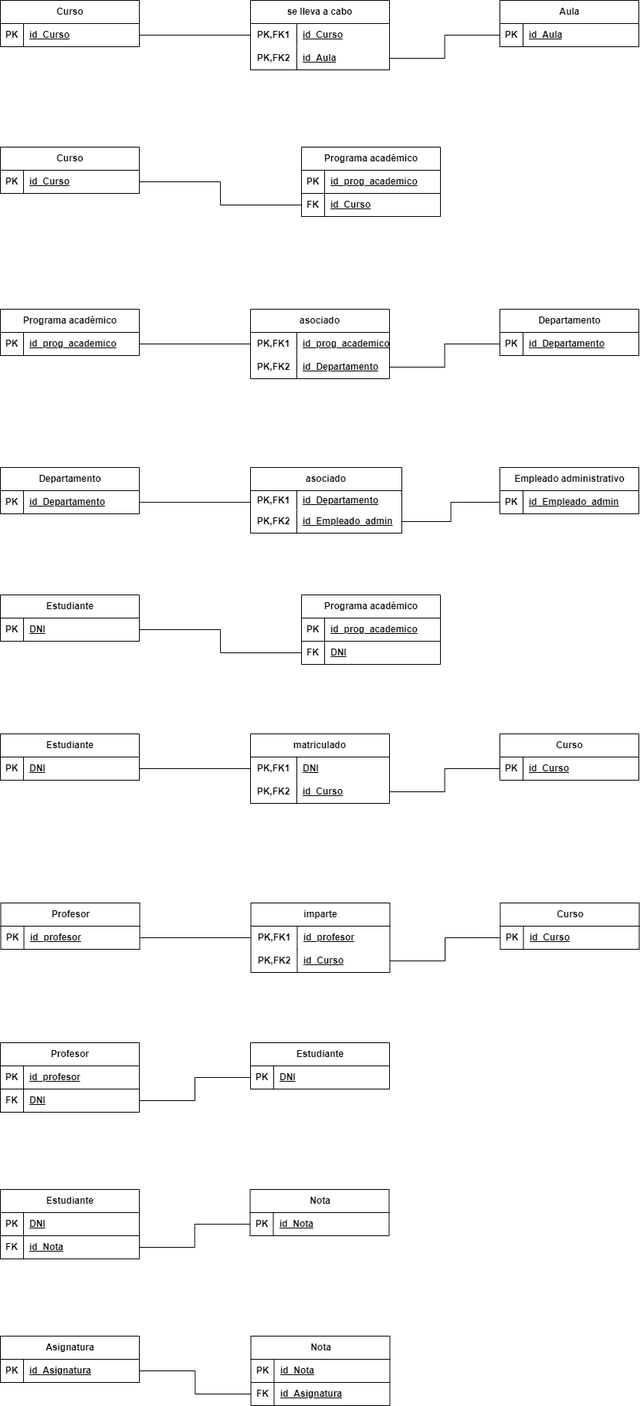
Earlier version of the draw.io export modelo-relacional/modelo-relacional.drawio.png (RafaelMayor/proyectoBBDD). Source tidied: cells renumbered, new cells last; positions are measured from the earlier drawing's top-left corner, leaving out a move shared by most shapes.
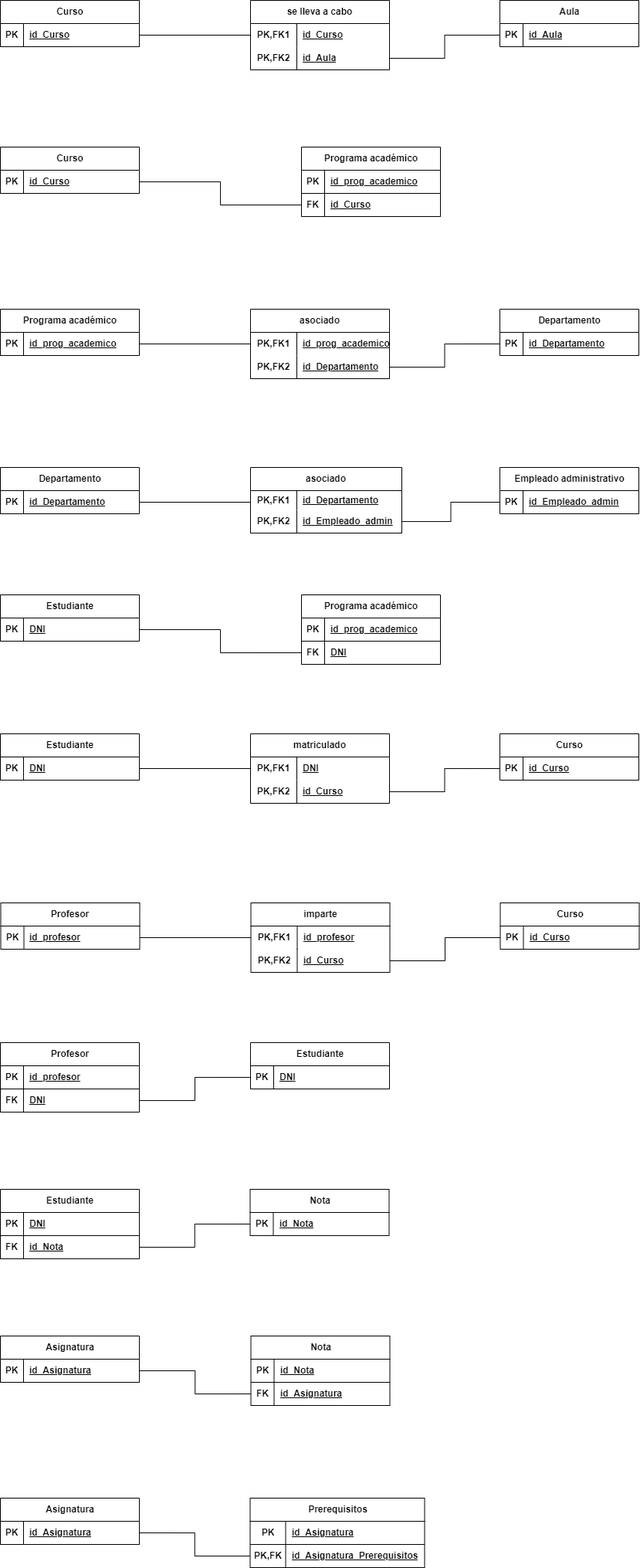
Later version of the same file.

What changed in the source:
```diff
@@ -441,5 +441,41 @@
     <mxCell id="146" style="edgeStyle=orthogonalEdgeStyle;rounded=0;jettySize=auto;html=1;entryX=0;entryY=0.5;entryDx=0;entryDy=0;endArrow=none;endFill=0;" parent="1" edge="1" source="136" target="143">
       <mxGeometry relative="1" as="geometry" />
     </mxCell>
+    <mxCell id="147" value="Asignatura" style="shape=table;startSize=30;rowLines=0;fontStyle=1;align=center;html=1;" parent="1" vertex="1">
+      <mxGeometry y="1940" width="180" height="60" as="geometry" />
+    </mxCell>
+    <mxCell id="148" style="shape=tableRow;horizontal=0;startSize=0;swimlaneHead=0;swimlaneBody=0;fillColor=none;points=[[0,0.5],[1,0.5]];portConstraint=eastwest;top=0;left=0;right=0;bottom=1;" parent="147" vertex="1">
+      <mxGeometry y="30" width="180" height="30" as="geometry" />
+    </mxCell>
+    <mxCell id="149" value="PK" style="shape=partialRectangle;fillColor=none;top=0;left=0;bottom=0;right=0;fontStyle=1;overflow=hidden;whiteSpace=wrap;html=1;" parent="148" vertex="1">
+      <mxGeometry width="30" height="30" as="geometry" />
+    </mxCell>
+    <mxCell id="150" value="id_Asignatura" style="shape=partialRectangle;fillColor=none;top=0;left=0;bottom=0;right=0;align=left;spacingLeft=6;fontStyle=5;overflow=hidden;whiteSpace=wrap;html=1;" parent="148" vertex="1">
+      <mxGeometry x="30" width="150" height="30" as="geometry" />
+    </mxCell>
+    <mxCell id="151" value="Prerequisitos" style="shape=table;startSize=30;rowLines=0;fontStyle=1;align=center;html=1;" parent="1" vertex="1">
+      <mxGeometry x="323.5" y="1940" width="226" height="90" as="geometry" />
+    </mxCell>
+    <mxCell id="152" style="shape=tableRow;horizontal=0;startSize=0;swimlaneHead=0;swimlaneBody=0;fillColor=none;top=0;left=0;right=0;bottom=1;" parent="151" vertex="1">
+      <mxGeometry y="30" width="226" height="30" as="geometry" />
+    </mxCell>
+    <mxCell id="153" value="PK" style="shape=partialRectangle;fillColor=none;top=0;left=0;bottom=0;right=0;fontStyle=1;overflow=hidden;whiteSpace=wrap;html=1;" parent="152" vertex="1">
+      <mxGeometry width="46" height="30" as="geometry" />
+    </mxCell>
+    <mxCell id="154" value="id_Asignatura" style="shape=partialRectangle;fillColor=none;top=0;left=0;bottom=0;right=0;align=left;spacingLeft=6;fontStyle=5;overflow=hidden;whiteSpace=wrap;html=1;" parent="152" vertex="1">
+      <mxGeometry x="46" width="180" height="30" as="geometry" />
+    </mxCell>
+    <mxCell id="155" style="shape=tableRow;horizontal=0;startSize=0;swimlaneHead=0;swimlaneBody=0;fillColor=none;points=[[0,0.5],[1,0.5]];portConstraint=eastwest;top=0;left=0;right=0;bottom=1;" parent="151" vertex="1">
+      <mxGeometry y="60" width="226" height="30" as="geometry" />
+    </mxCell>
+    <mxCell id="156" value="PK,FK" style="shape=partialRectangle;fillColor=none;top=0;left=0;bottom=0;right=0;fontStyle=1;overflow=hidden;whiteSpace=wrap;html=1;" parent="155" vertex="1">
+      <mxGeometry width="46" height="30" as="geometry" />
+    </mxCell>
+    <mxCell id="157" value="id_Asignatura_Prerequisitos" style="shape=partialRectangle;fillColor=none;top=0;left=0;bottom=0;right=0;align=left;spacingLeft=6;fontStyle=5;overflow=hidden;whiteSpace=wrap;html=1;" parent="155" vertex="1">
+      <mxGeometry x="46" width="180" height="30" as="geometry" />
+    </mxCell>
+    <mxCell id="158" style="edgeStyle=orthogonalEdgeStyle;rounded=0;jettySize=auto;html=1;entryX=1;entryY=0.5;entryDx=0;entryDy=0;endArrow=none;endFill=0;" parent="1" edge="1" source="155" target="148">
+      <mxGeometry relative="1" as="geometry" />
+    </mxCell>
   </root>
 </mxGraphModel>
```
